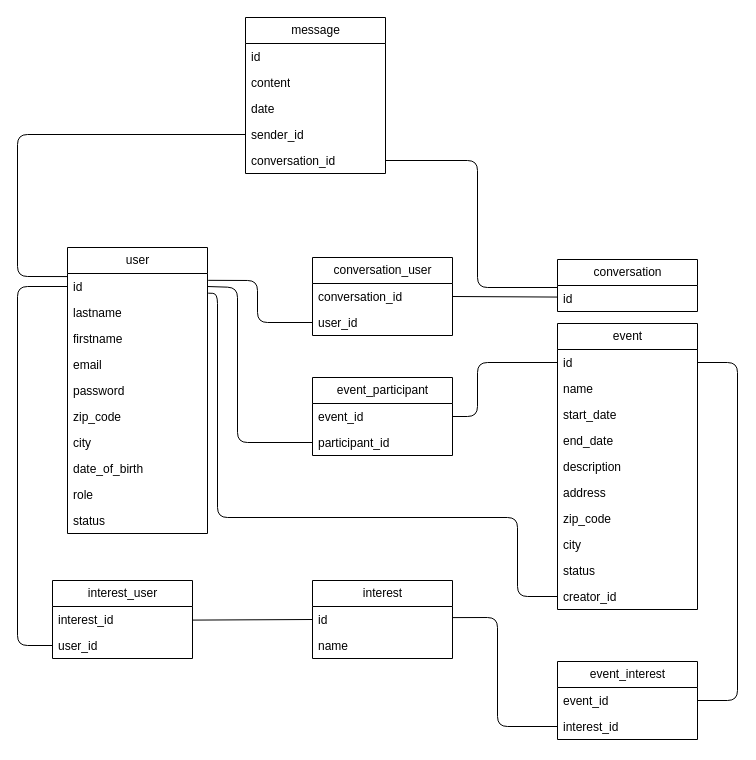
Above: conception/database_modelling/MLD/mld.drawio in LunaireFlare/orizon (draw.io), before the change. Source tidied: cells renumbered, new cells numbered last; positions are measured from the earlier drawing's top-left corner, leaving out a move shared by most shapes. Both pictures are drawn from the tidied source at 100%, with x=0, y=0 at pixel (17, 17).
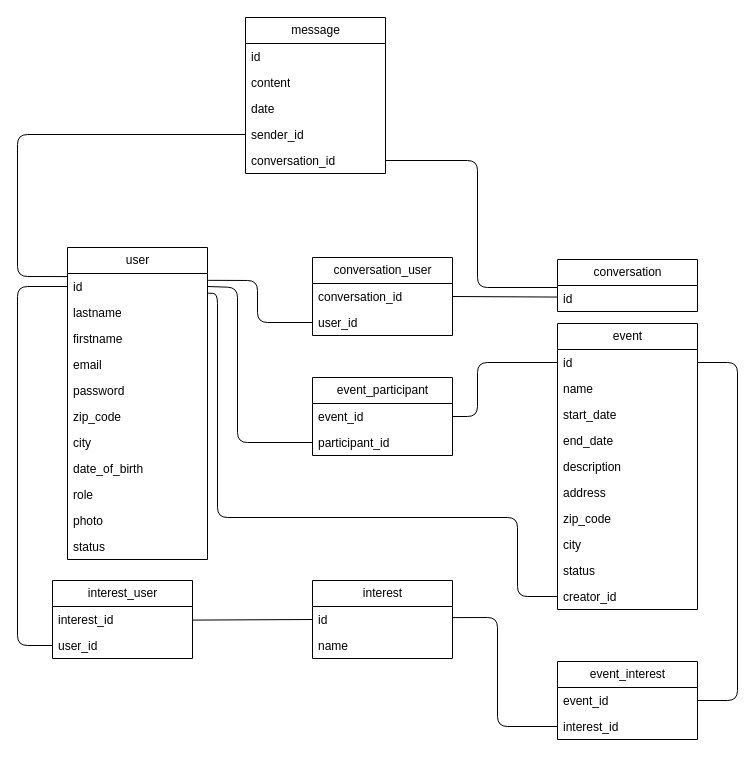
The same page after the edit.

The edit, as a diff of the source:
```diff
@@
     <mxCell id="2" value="user" style="swimlane;fontStyle=0;horizontal=1;startSize=26;fillColor=none;html=1;" parent="1" vertex="1">
-      <mxGeometry x="50" y="230" width="140" height="286" as="geometry" />
+      <mxGeometry x="50" y="230" width="140" height="312" as="geometry" />
     </mxCell>
@@
-    <mxCell id="12" value="status" style="text;strokeColor=none;fillColor=none;align=left;verticalAlign=top;spacingLeft=4;spacingRight=4;overflow=hidden;whiteSpace=wrap;html=1;" parent="2" vertex="1">
+    <mxCell id="12" value="photo" style="text;strokeColor=none;fillColor=none;align=left;verticalAlign=top;spacingLeft=4;spacingRight=4;overflow=hidden;whiteSpace=wrap;html=1;" parent="2" vertex="1">
       <mxGeometry y="260" width="140" height="26" as="geometry" />
     </mxCell>
+    <mxCell id="58" value="status" style="text;strokeColor=none;fillColor=none;align=left;verticalAlign=top;spacingLeft=4;spacingRight=4;overflow=hidden;whiteSpace=wrap;html=1;" parent="2" vertex="1">
+      <mxGeometry y="286" width="140" height="26" as="geometry" />
+    </mxCell>
```
